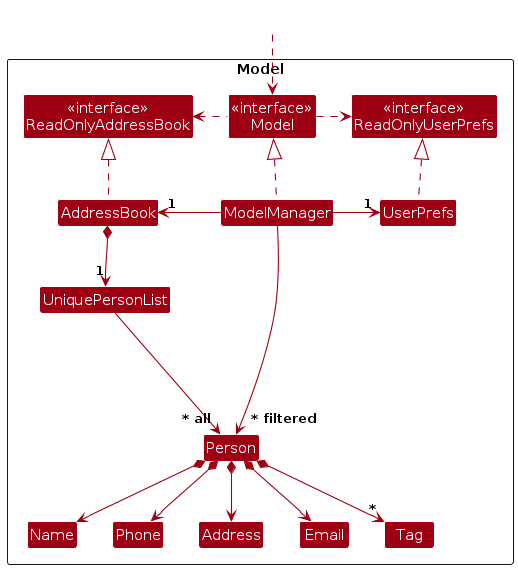
Above: diagrams/ModelClassDiagram.png in AY2627S1-CS2103-F10-2/tp (PlantUML), before the change. Its source is kept beside it as diagrams/ModelClassDiagram.puml.
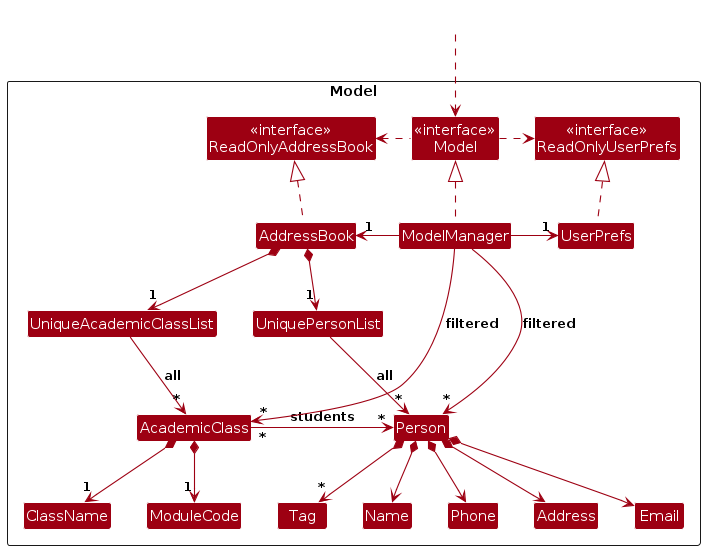
The same file after the commit.

Diff of the diagram source:
```diff
@@ -20,7 +20,10 @@
 Class Phone
 Class Tag
 
-Class I #FFFFFF
+Class UniqueAcademicClassList
+Class AcademicClass
+Class ModuleCode
+Class ClassName
 }
 
 Class HiddenOutside #FFFFFF
@@ -36,19 +39,25 @@
 UserPrefs .up.|> ReadOnlyUserPrefs
 
 AddressBook *--> "1" UniquePersonList
-UniquePersonList --> "~* all" Person
+UniquePersonList --> "*" Person : all
 Person *--> Name
 Person *--> Phone
 Person *--> Email
 Person *--> Address
 Person *--> "*" Tag
 
-Person -[hidden]up--> I
-UniquePersonList -[hidden]right-> I
+AddressBook *--> "1" UniqueAcademicClassList
+UniqueAcademicClassList --> "*" AcademicClass : all
+AcademicClass *--> "1" ModuleCode
+AcademicClass *--> "1" ClassName
+AcademicClass "*" -right-> "*" Person : students
+
+UniqueAcademicClassList -[hidden]right-> UniquePersonList
 
 Name -[hidden]right-> Phone
 Phone -[hidden]right-> Address
 Address -[hidden]right-> Email
 
-ModelManager --> "~* filtered" Person
+ModelManager --> "*" Person : filtered
+ModelManager --> "*" AcademicClass : filtered
 @enduml
```
